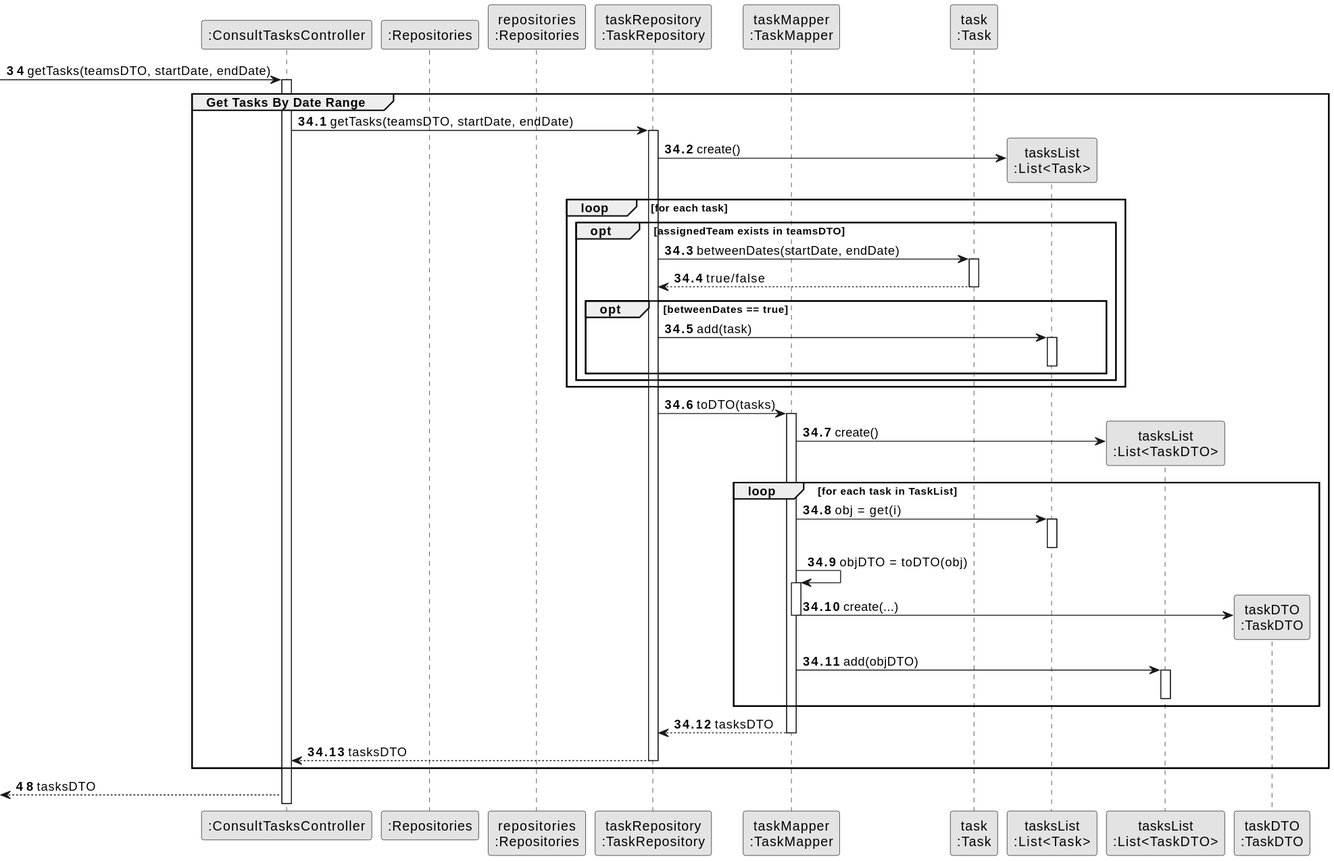
This is docs/sprintC/us028/03.design/svg/us028-sequence-diagram-partial-get-tasks.svg from Departamento-de-Engenharia-Informatica/lei-24-s2-1dm-g132, a PlantUML export, as it was before one commit.
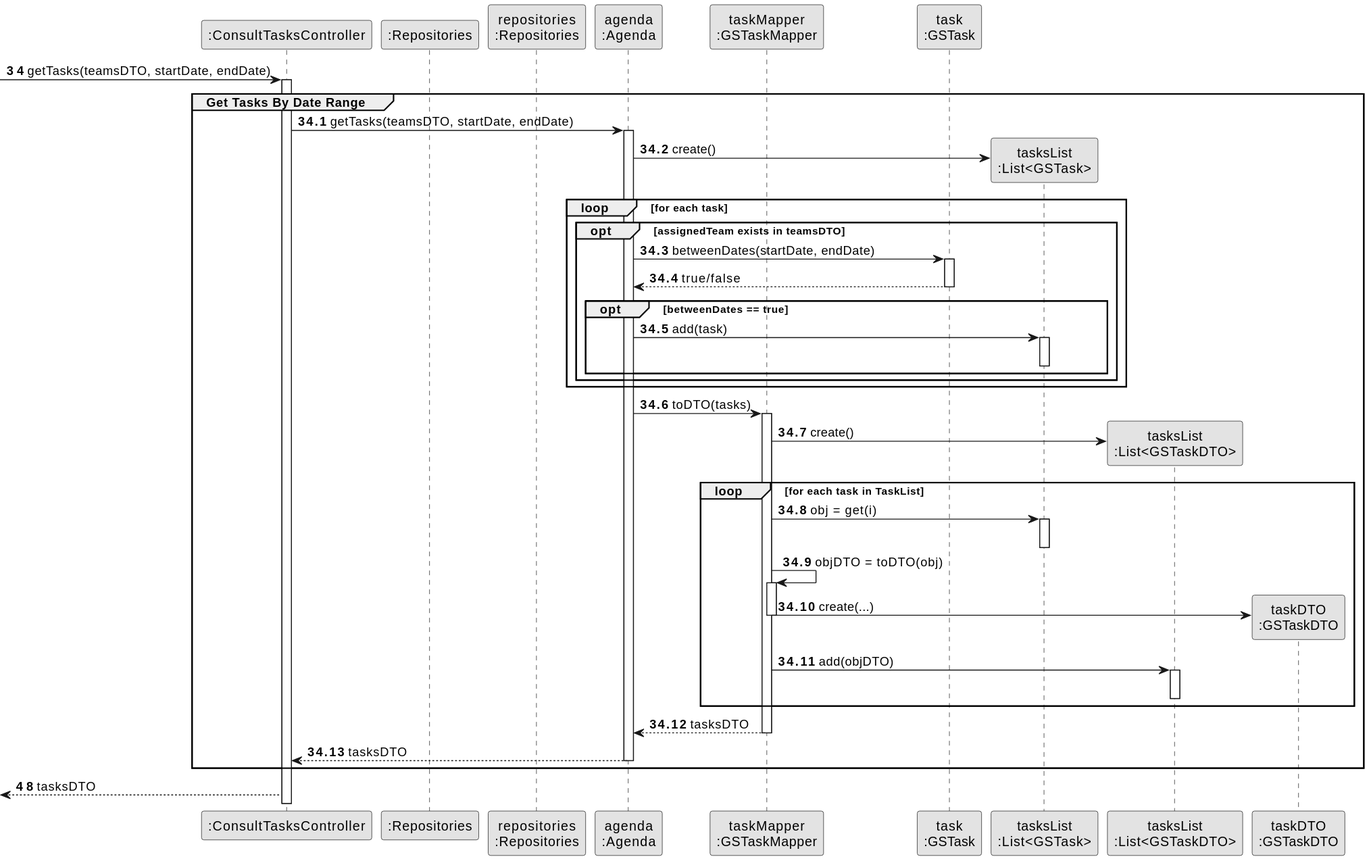
Above is the later version.

Commit message:
US28 changed names of task to GSTask

The edit, as a diff of the source:
```diff
@@ -6,12 +6,12 @@
 participant ":ConsultTasksController" as CTRL
 participant ":Repositories" as RepositorySingleton
 participant "repositories\n:Repositories" as PLAT
-participant "taskRepository\n:TaskRepository" as TaskRepository
-participant "taskMapper\n:TaskMapper" as TaskMapper
-participant "task\n:Task" as Task
-participant "tasksList\n:List<Task>" as TasksList
-participant "tasksList\n:List<TaskDTO>" as TasksListDTO
-participant "taskDTO\n:TaskDTO" as TaskDTO
+participant "agenda\n:Agenda" as Agenda
+participant "taskMapper\n:GSTaskMapper" as TaskMapper
+participant "task\n:GSTask" as Task
+participant "tasksList\n:List<GSTask>" as TasksList
+participant "tasksList\n:List<GSTaskDTO>" as TasksListDTO
+participant "taskDTO\n:GSTaskDTO" as TaskDTO
 
 autonumber 34
 -> CTRL : getTasks(teamsDTO, startDate, endDate)
@@ -20,20 +20,20 @@
 
 activate CTRL
     group Get Tasks By Date Range
-           CTRL -> TaskRepository : getTasks(teamsDTO, startDate, endDate)
-           activate TaskRepository
+           CTRL -> Agenda : getTasks(teamsDTO, startDate, endDate)
+           activate Agenda
 
-           TaskRepository -> TasksList ** : create()
+           Agenda -> TasksList ** : create()
            loop for each task
                opt assignedTeam exists in teamsDTO
-                   TaskRepository -> Task : betweenDates(startDate, endDate)
+                   Agenda -> Task : betweenDates(startDate, endDate)
                    activate Task
 
-                   Task --> TaskRepository : true/false
+                   Task --> Agenda : true/false
                    deactivate Task
 
                    opt betweenDates == true
-                       TaskRepository -> TasksList : add(task)
+                       Agenda -> TasksList : add(task)
                        activate TasksList
                        deactivate TasksList
                    end opt
@@ -42,7 +42,7 @@
 
            end loop
 
-       TaskRepository -> TaskMapper : toDTO(tasks)
+       Agenda -> TaskMapper : toDTO(tasks)
        activate TaskMapper
 
        TaskMapper -> TasksListDTO ** : create()
@@ -63,11 +63,11 @@
 
        end loop
 
-       TaskMapper --> TaskRepository : tasksDTO
+       TaskMapper --> Agenda : tasksDTO
        deactivate TaskMapper
 
-       TaskRepository --> CTRL : tasksDTO
-       deactivate TaskRepository
+       Agenda --> CTRL : tasksDTO
+       deactivate Agenda
 
 end group
 autonumber 48
```
